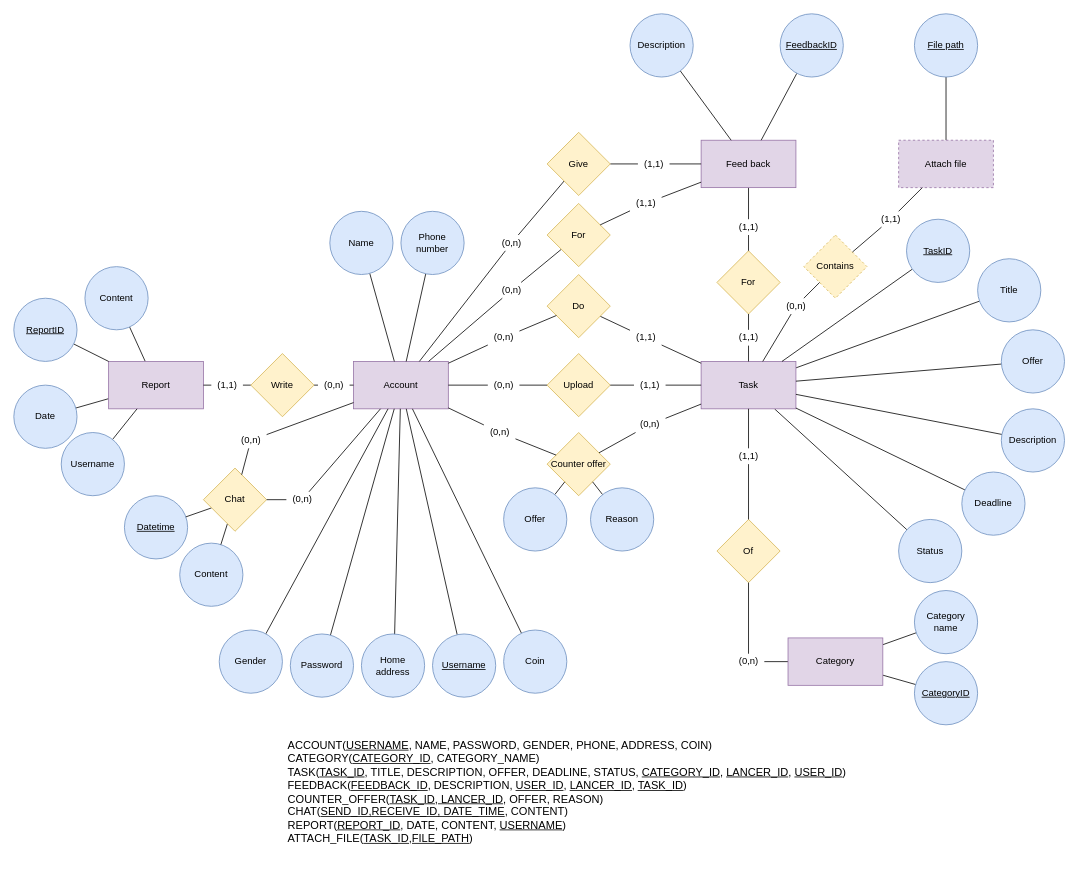
phuc16102001/beekey keeps this draw.io diagram as docs/analysis and design/ERD.drawio. Above is the earlier version. Source tidied: cells renumbered, new cells numbered last; positions are measured from the earlier drawing's top-left corner, leaving out a move shared by most shapes. Both pictures are drawn from the tidied source at 79%, with x=0, y=0 at pixel (13, 13).
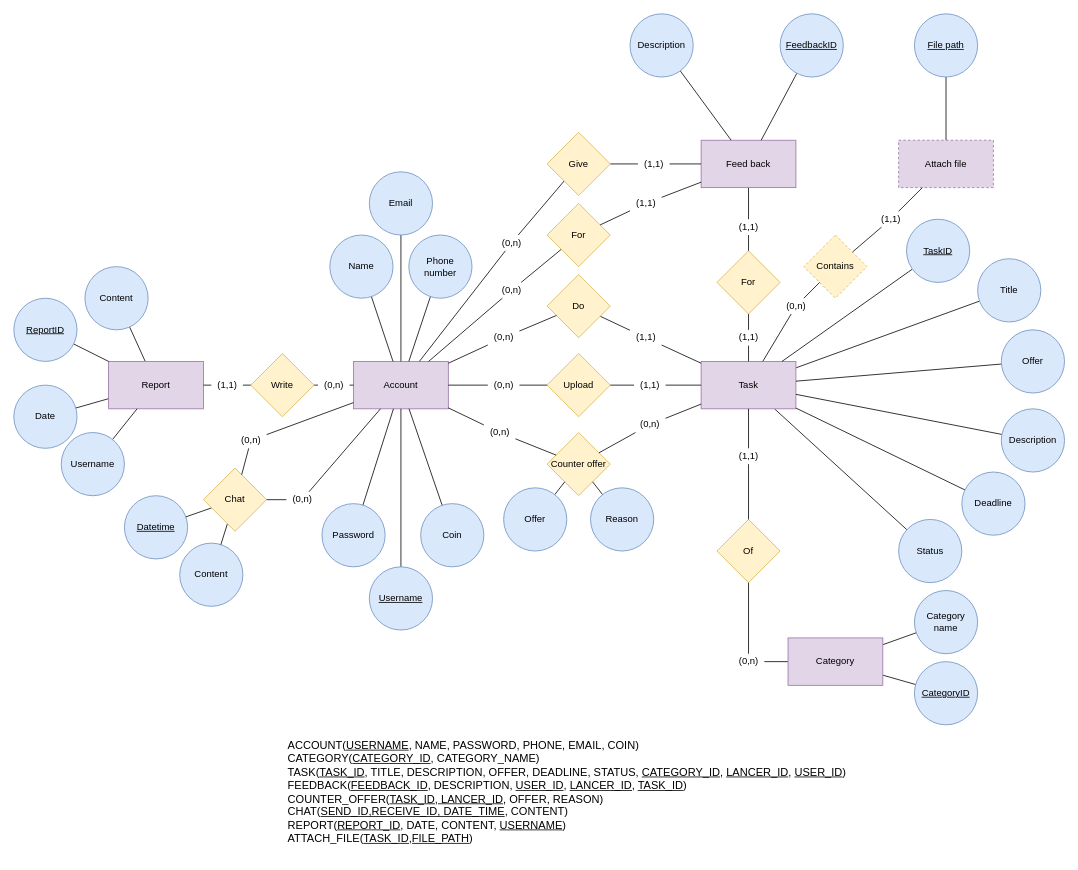
After the change.

Commit message (it also covers changes not shown here):
change model account: + remove gender + change address to email

The change refers to these unchanged cells:
```xml
<mxCell id="5" value="Account" style="rounded=0;whiteSpace=wrap;html=1;fillColor=#e1d5e7;strokeColor=#9673a6;" parent="1" vertex="1">
  <mxGeometry x="430" y="440" width="120" height="60" as="geometry" />
</mxCell>
```

The edit, as a diff of the source:
```diff
@@
     <mxCell id="7" value="Username" style="ellipse;whiteSpace=wrap;html=1;fontStyle=4;fillColor=#dae8fc;strokeColor=#6c8ebf;" parent="1" vertex="1">
-      <mxGeometry x="530" y="785" width="80" height="80" as="geometry" />
+      <mxGeometry x="450" y="700" width="80" height="80" as="geometry" />
     </mxCell>
@@
     <mxCell id="9" value="Phone number" style="ellipse;whiteSpace=wrap;html=1;direction=west;fillColor=#dae8fc;strokeColor=#6c8ebf;" parent="1" vertex="1">
-      <mxGeometry x="490" y="250" width="80" height="80" as="geometry" />
+      <mxGeometry x="500" y="280" width="80" height="80" as="geometry" />
     </mxCell>
@@
-    <mxCell id="11" value="Home address" style="ellipse;whiteSpace=wrap;html=1;fillColor=#dae8fc;strokeColor=#6c8ebf;" parent="1" vertex="1">
-      <mxGeometry x="440" y="785" width="80" height="80" as="geometry" />
+    <mxCell id="11" value="Email" style="ellipse;whiteSpace=wrap;html=1;fillColor=#dae8fc;strokeColor=#6c8ebf;" parent="1" vertex="1">
+      <mxGeometry x="450" y="200" width="80" height="80" as="geometry" />
     </mxCell>
-    <mxCell id="12" style="edgeStyle=none;rounded=0;jettySize=auto;html=1;endArrow=none;endFill=0;" parent="1" edge="1" source="13" target="5">
-      <mxGeometry relative="1" as="geometry" />
-    </mxCell>
-    <mxCell id="13" value="Gender" style="ellipse;whiteSpace=wrap;html=1;fillColor=#dae8fc;strokeColor=#6c8ebf;" parent="1" vertex="1">
-      <mxGeometry x="260" y="780" width="80" height="80" as="geometry" />
-    </mxCell>
@@
     <mxCell id="33" value="Coin" style="ellipse;whiteSpace=wrap;html=1;fillColor=#dae8fc;strokeColor=#6c8ebf;" parent="1" vertex="1">
-      <mxGeometry x="620" y="780" width="80" height="80" as="geometry" />
+      <mxGeometry x="515" y="620" width="80" height="80" as="geometry" />
     </mxCell>
@@
-    <mxCell id="65" value="&lt;p style=&quot;font-size: 14px&quot;&gt;&lt;font style=&quot;font-size: 14px&quot;&gt;ACCOUNT(&lt;u&gt;USERNAME&lt;/u&gt;, NAME, PASSWORD, GENDER, PHONE, ADDRESS, COIN)&lt;br&gt;&lt;/font&gt;&lt;font style=&quot;font-size: 14px&quot;&gt;CATEGORY(&lt;u&gt;CATEGORY_ID&lt;/u&gt;, CATEGORY_NAME)&lt;br&gt;&lt;/font&gt;&lt;font style=&quot;font-size: 14px&quot;&gt;TASK(&lt;u&gt;TASK_ID&lt;/u&gt;, TITLE, DESCRIPTION, OFFER, DEADLINE, STATUS,&amp;nbsp;&lt;u&gt;CATEGORY_ID&lt;/u&gt;, &lt;u&gt;LANCER_ID&lt;/u&gt;, &lt;u&gt;USER_ID&lt;/u&gt;)&lt;br&gt;&lt;/font&gt;&lt;font style=&quot;font-size: 14px&quot;&gt;FEEDBACK(&lt;u&gt;FEEDBACK_ID&lt;/u&gt;, DESCRIPTION,&amp;nbsp;&lt;u&gt;USER_ID&lt;/u&gt;, &lt;u&gt;LANCER_ID,&lt;/u&gt; &lt;u&gt;TASK_ID&lt;/u&gt;)&lt;br&gt;&lt;/font&gt;&lt;font style=&quot;font-size: 14px&quot;&gt;COUNTER_OFFER(&lt;u&gt;TASK_ID, LANCER_ID&lt;/u&gt;, OFFER, REASON)&lt;br&gt;&lt;/font&gt;CHAT(&lt;u&gt;SEND_ID,RECEIVE_ID, DATE_TIME&lt;/u&gt;, CONTENT)&lt;br&gt;REPORT(&lt;u&gt;REPORT_ID&lt;/u&gt;, DATE, CONTENT, &lt;u&gt;USERNAME&lt;/u&gt;)&lt;br&gt;ATTACH_FILE(&lt;u style=&quot;font-family: &amp;#34;helvetica&amp;#34; ; white-space: nowrap&quot;&gt;TASK_ID,FILE_PATH&lt;/u&gt;&lt;span style=&quot;font-family: &amp;#34;helvetica&amp;#34; ; white-space: nowrap&quot;&gt;)&lt;/span&gt;&lt;/p&gt;" style="text;html=1;align=left;verticalAlign=middle;" parent="1" vertex="1">
+    <mxCell id="65" value="&lt;p style=&quot;font-size: 14px&quot;&gt;&lt;font style=&quot;font-size: 14px&quot;&gt;ACCOUNT(&lt;u&gt;USERNAME&lt;/u&gt;, NAME, PASSWORD, PHONE, EMAIL, COIN)&lt;br&gt;&lt;/font&gt;&lt;font style=&quot;font-size: 14px&quot;&gt;CATEGORY(&lt;u&gt;CATEGORY_ID&lt;/u&gt;, CATEGORY_NAME)&lt;br&gt;&lt;/font&gt;&lt;font style=&quot;font-size: 14px&quot;&gt;TASK(&lt;u&gt;TASK_ID&lt;/u&gt;, TITLE, DESCRIPTION, OFFER, DEADLINE, STATUS,&amp;nbsp;&lt;u&gt;CATEGORY_ID&lt;/u&gt;, &lt;u&gt;LANCER_ID&lt;/u&gt;, &lt;u&gt;USER_ID&lt;/u&gt;)&lt;br&gt;&lt;/font&gt;&lt;font style=&quot;font-size: 14px&quot;&gt;FEEDBACK(&lt;u&gt;FEEDBACK_ID&lt;/u&gt;, DESCRIPTION,&amp;nbsp;&lt;u&gt;USER_ID&lt;/u&gt;, &lt;u&gt;LANCER_ID,&lt;/u&gt; &lt;u&gt;TASK_ID&lt;/u&gt;)&lt;br&gt;&lt;/font&gt;&lt;font style=&quot;font-size: 14px&quot;&gt;COUNTER_OFFER(&lt;u&gt;TASK_ID, LANCER_ID&lt;/u&gt;, OFFER, REASON)&lt;br&gt;&lt;/font&gt;CHAT(&lt;u&gt;SEND_ID,RECEIVE_ID, DATE_TIME&lt;/u&gt;, CONTENT)&lt;br&gt;REPORT(&lt;u&gt;REPORT_ID&lt;/u&gt;, DATE, CONTENT, &lt;u&gt;USERNAME&lt;/u&gt;)&lt;br&gt;ATTACH_FILE(&lt;u style=&quot;font-family: &amp;#34;helvetica&amp;#34; ; white-space: nowrap&quot;&gt;TASK_ID,FILE_PATH&lt;/u&gt;&lt;span style=&quot;font-family: &amp;#34;helvetica&amp;#34; ; white-space: nowrap&quot;&gt;)&lt;/span&gt;&lt;/p&gt;" style="text;html=1;align=left;verticalAlign=middle;" parent="1" vertex="1">
       <mxGeometry x="345" y="915" width="720" height="140" as="geometry" />
     </mxCell>
@@
     <mxCell id="79" value="Password" style="ellipse;whiteSpace=wrap;html=1;fillColor=#dae8fc;strokeColor=#6c8ebf;" parent="1" vertex="1">
-      <mxGeometry x="350" y="785" width="80" height="80" as="geometry" />
+      <mxGeometry x="390" y="620" width="80" height="80" as="geometry" />
     </mxCell>
@@
     <mxCell id="126" value="Name" style="ellipse;whiteSpace=wrap;html=1;direction=west;fillColor=#dae8fc;strokeColor=#6c8ebf;" parent="1" vertex="1">
-      <mxGeometry x="400" y="250" width="80" height="80" as="geometry" />
+      <mxGeometry x="400" y="280" width="80" height="80" as="geometry" />
     </mxCell>
```
